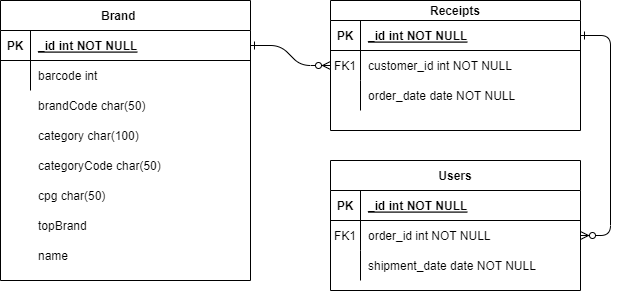
Before: Disha_Verma_Data_Analyst.drawio.png, a diagram exported from draw.io (Dishav2/fetch_data_analyst). Source tidied: cells renumbered, new cells last; positions are measured from the earlier drawing's top-left corner, leaving out a move shared by most shapes. Its diagram source:
```xml
<mxGraphModel>
  <root>
    <mxCell id="0" />
    <mxCell id="1" parent="0" />
    <mxCell id="2" style="edgeStyle=entityRelationEdgeStyle;endArrow=ERzeroToMany;startArrow=ERone;endFill=1;startFill=0;" parent="1" edge="1" source="25" target="8">
      <mxGeometry relative="1" as="geometry" />
    </mxCell>
    <mxCell id="3" style="edgeStyle=entityRelationEdgeStyle;endArrow=ERzeroToMany;startArrow=ERone;endFill=1;startFill=0;" parent="1" edge="1" source="5" target="18">
      <mxGeometry relative="1" as="geometry" />
    </mxCell>
    <mxCell id="4" value="Receipts" style="shape=table;startSize=20;rowLines=0;fontStyle=1;align=center;" parent="1" vertex="1">
      <mxGeometry x="330" width="250" height="130" as="geometry" />
    </mxCell>
    <mxCell id="5" style="shape=partialRectangle;fillColor=none;points=[[0,0.5],[1,0.5]];portConstraint=eastwest;top=0;left=0;right=0;bottom=1;" parent="4" vertex="1">
      <mxGeometry y="20" width="250" height="30" as="geometry" />
    </mxCell>
    <mxCell id="6" value="PK" style="shape=partialRectangle;overflow=hidden;fillColor=none;top=0;left=0;bottom=0;right=0;fontStyle=1;" parent="5" vertex="1">
      <mxGeometry width="30" height="30" as="geometry" />
    </mxCell>
    <mxCell id="7" value="_id int NOT NULL " style="shape=partialRectangle;overflow=hidden;fillColor=none;top=0;left=0;bottom=0;right=0;align=left;spacingLeft=6;fontStyle=5;" parent="5" vertex="1">
      <mxGeometry x="30" width="220" height="30" as="geometry" />
    </mxCell>
    <mxCell id="8" style="shape=partialRectangle;fillColor=none;points=[[0,0.5],[1,0.5]];portConstraint=eastwest;top=0;left=0;right=0;bottom=0;" parent="4" vertex="1">
      <mxGeometry y="50" width="250" height="30" as="geometry" />
    </mxCell>
    <mxCell id="9" value="FK1" style="shape=partialRectangle;overflow=hidden;fillColor=none;top=0;left=0;bottom=0;right=0;" parent="8" vertex="1">
      <mxGeometry width="30" height="30" as="geometry" />
    </mxCell>
    <mxCell id="10" value="customer_id int NOT NULL" style="shape=partialRectangle;overflow=hidden;fillColor=none;top=0;left=0;bottom=0;right=0;align=left;spacingLeft=6;" parent="8" vertex="1">
      <mxGeometry x="30" width="220" height="30" as="geometry" />
    </mxCell>
    <mxCell id="11" style="shape=partialRectangle;fillColor=none;top=0;left=0;right=0;bottom=0;" parent="4" vertex="1">
      <mxGeometry y="80" width="250" height="30" as="geometry" />
    </mxCell>
    <mxCell id="12" style="shape=partialRectangle;overflow=hidden;fillColor=none;top=0;left=0;bottom=0;right=0;" parent="11" vertex="1">
      <mxGeometry width="30" height="30" as="geometry" />
    </mxCell>
    <mxCell id="13" value="order_date date NOT NULL" style="shape=partialRectangle;overflow=hidden;fillColor=none;top=0;left=0;bottom=0;right=0;align=left;spacingLeft=6;" parent="11" vertex="1">
      <mxGeometry x="30" width="220" height="30" as="geometry" />
    </mxCell>
    <mxCell id="14" value="Users" style="shape=table;startSize=30;rowLines=0;fontStyle=1;align=center;" parent="1" vertex="1">
      <mxGeometry x="330" y="160" width="250" height="130" as="geometry" />
    </mxCell>
    <mxCell id="15" style="shape=partialRectangle;fillColor=none;top=0;left=0;right=0;bottom=1;" parent="14" vertex="1">
      <mxGeometry y="30" width="250" height="30" as="geometry" />
    </mxCell>
    <mxCell id="16" value="PK" style="shape=partialRectangle;overflow=hidden;fillColor=none;top=0;left=0;bottom=0;right=0;fontStyle=1;" parent="15" vertex="1">
      <mxGeometry width="30" height="30" as="geometry" />
    </mxCell>
    <mxCell id="17" value="_id int NOT NULL " style="shape=partialRectangle;overflow=hidden;fillColor=none;top=0;left=0;bottom=0;right=0;align=left;spacingLeft=6;fontStyle=5;" parent="15" vertex="1">
      <mxGeometry x="30" width="220" height="30" as="geometry" />
    </mxCell>
    <mxCell id="18" style="shape=partialRectangle;fillColor=none;points=[[0,0.5],[1,0.5]];portConstraint=eastwest;top=0;left=0;right=0;bottom=0;" parent="14" vertex="1">
      <mxGeometry y="60" width="250" height="30" as="geometry" />
    </mxCell>
    <mxCell id="19" value="FK1" style="shape=partialRectangle;overflow=hidden;fillColor=none;top=0;left=0;bottom=0;right=0;" parent="18" vertex="1">
      <mxGeometry width="30" height="30" as="geometry" />
    </mxCell>
    <mxCell id="20" value="order_id int NOT NULL" style="shape=partialRectangle;overflow=hidden;fillColor=none;top=0;left=0;bottom=0;right=0;align=left;spacingLeft=6;" parent="18" vertex="1">
      <mxGeometry x="30" width="220" height="30" as="geometry" />
    </mxCell>
    <mxCell id="21" style="shape=partialRectangle;fillColor=none;top=0;left=0;right=0;bottom=0;" parent="14" vertex="1">
      <mxGeometry y="90" width="250" height="30" as="geometry" />
    </mxCell>
    <mxCell id="22" style="shape=partialRectangle;overflow=hidden;fillColor=none;top=0;left=0;bottom=0;right=0;" parent="21" vertex="1">
      <mxGeometry width="30" height="30" as="geometry" />
    </mxCell>
    <mxCell id="23" value="shipment_date date NOT NULL" style="shape=partialRectangle;overflow=hidden;fillColor=none;top=0;left=0;bottom=0;right=0;align=left;spacingLeft=6;" parent="21" vertex="1">
      <mxGeometry x="30" width="220" height="30" as="geometry" />
    </mxCell>
    <mxCell id="24" value="Brand    " style="shape=table;startSize=30;rowLines=0;fontStyle=1;align=center;" parent="1" vertex="1">
      <mxGeometry width="250" height="280" as="geometry" />
    </mxCell>
    <mxCell id="25" style="shape=partialRectangle;fillColor=none;points=[[0,0.5],[1,0.5]];portConstraint=eastwest;top=0;left=0;right=0;bottom=1;" parent="24" vertex="1">
      <mxGeometry y="30" width="250" height="30" as="geometry" />
    </mxCell>
    <mxCell id="26" value="PK" style="shape=partialRectangle;overflow=hidden;fillColor=none;top=0;left=0;bottom=0;right=0;fontStyle=1;" parent="25" vertex="1">
      <mxGeometry width="30" height="30" as="geometry" />
    </mxCell>
    <mxCell id="27" value="_id int NOT NULL " style="shape=partialRectangle;overflow=hidden;fillColor=none;top=0;left=0;bottom=0;right=0;align=left;spacingLeft=6;fontStyle=5;" parent="25" vertex="1">
      <mxGeometry x="30" width="220" height="30" as="geometry" />
    </mxCell>
    <mxCell id="28" style="shape=partialRectangle;fillColor=none;top=0;left=0;right=0;bottom=0;" parent="24" vertex="1">
      <mxGeometry y="60" width="250" height="30" as="geometry" />
    </mxCell>
    <mxCell id="29" style="shape=partialRectangle;overflow=hidden;fillColor=none;top=0;left=0;bottom=0;right=0;" parent="28" vertex="1">
      <mxGeometry width="30" height="30" as="geometry" />
    </mxCell>
    <mxCell id="30" value="barcode int" style="shape=partialRectangle;overflow=hidden;fillColor=none;top=0;left=0;bottom=0;right=0;align=left;spacingLeft=6;" parent="28" vertex="1">
      <mxGeometry x="30" width="220" height="30" as="geometry" />
    </mxCell>
    <mxCell id="31" value="brandCode char(50)" style="shape=partialRectangle;overflow=hidden;fillColor=none;top=0;left=0;bottom=0;right=0;align=left;spacingLeft=6;" parent="1" vertex="1">
      <mxGeometry x="30" y="90" width="220" height="30" as="geometry" />
    </mxCell>
    <mxCell id="32" value="category char(100) " style="shape=partialRectangle;overflow=hidden;fillColor=none;top=0;left=0;bottom=0;right=0;align=left;spacingLeft=6;" parent="1" vertex="1">
      <mxGeometry x="30" y="120" width="220" height="30" as="geometry" />
    </mxCell>
    <mxCell id="33" value="cpg char(50)" style="shape=partialRectangle;overflow=hidden;fillColor=none;top=0;left=0;bottom=0;right=0;align=left;spacingLeft=6;" parent="1" vertex="1">
      <mxGeometry x="30" y="180" width="220" height="30" as="geometry" />
    </mxCell>
    <mxCell id="34" value="categoryCode char(50)" style="shape=partialRectangle;overflow=hidden;fillColor=none;top=0;left=0;bottom=0;right=0;align=left;spacingLeft=6;" parent="1" vertex="1">
      <mxGeometry x="30" y="150" width="220" height="30" as="geometry" />
    </mxCell>
    <mxCell id="35" value="topBrand " style="shape=partialRectangle;overflow=hidden;fillColor=none;top=0;left=0;bottom=0;right=0;align=left;spacingLeft=6;" parent="1" vertex="1">
      <mxGeometry x="30" y="210" width="220" height="30" as="geometry" />
    </mxCell>
    <mxCell id="36" value="name" style="shape=partialRectangle;overflow=hidden;fillColor=none;top=0;left=0;bottom=0;right=0;align=left;spacingLeft=6;" parent="1" vertex="1">
      <mxGeometry x="30" y="240" width="220" height="30" as="geometry" />
    </mxCell>
  </root>
</mxGraphModel>
```
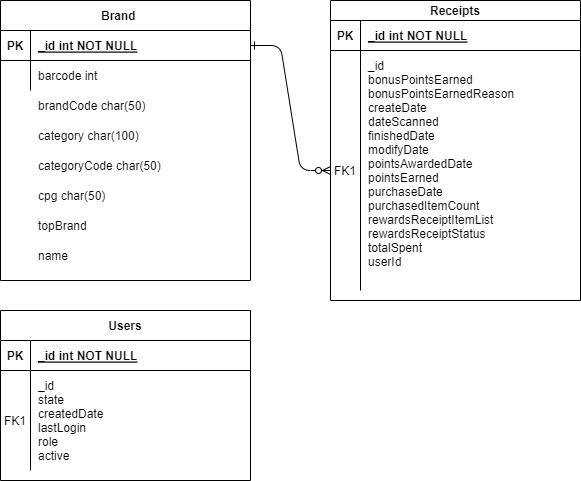
The same file after the commit.

Diff of the diagram source:
```diff
@@ -5,11 +5,8 @@
     <mxCell id="2" style="edgeStyle=entityRelationEdgeStyle;endArrow=ERzeroToMany;startArrow=ERone;endFill=1;startFill=0;" parent="1" edge="1" source="25" target="8">
       <mxGeometry relative="1" as="geometry" />
     </mxCell>
-    <mxCell id="3" style="edgeStyle=entityRelationEdgeStyle;endArrow=ERzeroToMany;startArrow=ERone;endFill=1;startFill=0;" parent="1" edge="1" source="5" target="18">
-      <mxGeometry relative="1" as="geometry" />
-    </mxCell>
     <mxCell id="4" value="Receipts" style="shape=table;startSize=20;rowLines=0;fontStyle=1;align=center;" parent="1" vertex="1">
-      <mxGeometry x="330" width="250" height="130" as="geometry" />
+      <mxGeometry x="330" width="250" height="300" as="geometry" />
     </mxCell>
     <mxCell id="5" style="shape=partialRectangle;fillColor=none;points=[[0,0.5],[1,0.5]];portConstraint=eastwest;top=0;left=0;right=0;bottom=1;" parent="4" vertex="1">
       <mxGeometry y="20" width="250" height="30" as="geometry" />
@@ -21,25 +18,16 @@
       <mxGeometry x="30" width="220" height="30" as="geometry" />
     </mxCell>
     <mxCell id="8" style="shape=partialRectangle;fillColor=none;points=[[0,0.5],[1,0.5]];portConstraint=eastwest;top=0;left=0;right=0;bottom=0;" parent="4" vertex="1">
-      <mxGeometry y="50" width="250" height="30" as="geometry" />
+      <mxGeometry y="50" width="250" height="240" as="geometry" />
     </mxCell>
     <mxCell id="9" value="FK1" style="shape=partialRectangle;overflow=hidden;fillColor=none;top=0;left=0;bottom=0;right=0;" parent="8" vertex="1">
-      <mxGeometry width="30" height="30" as="geometry" />
+      <mxGeometry width="30" height="240" as="geometry" />
     </mxCell>
-    <mxCell id="10" value="customer_id int NOT NULL" style="shape=partialRectangle;overflow=hidden;fillColor=none;top=0;left=0;bottom=0;right=0;align=left;spacingLeft=6;" parent="8" vertex="1">
-      <mxGeometry x="30" width="220" height="30" as="geometry" />
+    <mxCell id="10" value="_id&#10;  bonusPointsEarned&#10;  bonusPointsEarnedReason&#10;  createDate&#10;  dateScanned&#10;  finishedDate&#10;  modifyDate&#10;  pointsAwardedDate&#10;  pointsEarned&#10;  purchaseDate&#10;  purchasedItemCount&#10;  rewardsReceiptItemList&#10;  rewardsReceiptStatus&#10;  totalSpent&#10;  userId&#10; " style="shape=partialRectangle;overflow=hidden;fillColor=none;top=0;left=0;bottom=0;right=0;align=left;spacingLeft=6;" parent="8" vertex="1">
+      <mxGeometry x="30" width="220" height="240" as="geometry" />
     </mxCell>
-    <mxCell id="11" style="shape=partialRectangle;fillColor=none;top=0;left=0;right=0;bottom=0;" parent="4" vertex="1">
-      <mxGeometry y="80" width="250" height="30" as="geometry" />
-    </mxCell>
-    <mxCell id="12" style="shape=partialRectangle;overflow=hidden;fillColor=none;top=0;left=0;bottom=0;right=0;" parent="11" vertex="1">
-      <mxGeometry width="30" height="30" as="geometry" />
-    </mxCell>
-    <mxCell id="13" value="order_date date NOT NULL" style="shape=partialRectangle;overflow=hidden;fillColor=none;top=0;left=0;bottom=0;right=0;align=left;spacingLeft=6;" parent="11" vertex="1">
-      <mxGeometry x="30" width="220" height="30" as="geometry" />
-    </mxCell>
     <mxCell id="14" value="Users" style="shape=table;startSize=30;rowLines=0;fontStyle=1;align=center;" parent="1" vertex="1">
-      <mxGeometry x="330" y="160" width="250" height="130" as="geometry" />
+      <mxGeometry y="310" width="250" height="170" as="geometry" />
     </mxCell>
     <mxCell id="15" style="shape=partialRectangle;fillColor=none;top=0;left=0;right=0;bottom=1;" parent="14" vertex="1">
       <mxGeometry y="30" width="250" height="30" as="geometry" />
@@ -51,23 +39,14 @@
       <mxGeometry x="30" width="220" height="30" as="geometry" />
     </mxCell>
     <mxCell id="18" style="shape=partialRectangle;fillColor=none;points=[[0,0.5],[1,0.5]];portConstraint=eastwest;top=0;left=0;right=0;bottom=0;" parent="14" vertex="1">
-      <mxGeometry y="60" width="250" height="30" as="geometry" />
+      <mxGeometry y="60" width="250" height="100" as="geometry" />
     </mxCell>
     <mxCell id="19" value="FK1" style="shape=partialRectangle;overflow=hidden;fillColor=none;top=0;left=0;bottom=0;right=0;" parent="18" vertex="1">
-      <mxGeometry width="30" height="30" as="geometry" />
+      <mxGeometry width="30" height="100" as="geometry" />
     </mxCell>
-    <mxCell id="20" value="order_id int NOT NULL" style="shape=partialRectangle;overflow=hidden;fillColor=none;top=0;left=0;bottom=0;right=0;align=left;spacingLeft=6;" parent="18" vertex="1">
-      <mxGeometry x="30" width="220" height="30" as="geometry" />
+    <mxCell id="20" value="_id&#10;state&#10;createdDate&#10;lastLogin&#10;role&#10;active" style="shape=partialRectangle;overflow=hidden;fillColor=none;top=0;left=0;bottom=0;right=0;align=left;spacingLeft=6;" parent="18" vertex="1">
+      <mxGeometry x="30" width="220" height="100" as="geometry" />
     </mxCell>
-    <mxCell id="21" style="shape=partialRectangle;fillColor=none;top=0;left=0;right=0;bottom=0;" parent="14" vertex="1">
-      <mxGeometry y="90" width="250" height="30" as="geometry" />
-    </mxCell>
-    <mxCell id="22" style="shape=partialRectangle;overflow=hidden;fillColor=none;top=0;left=0;bottom=0;right=0;" parent="21" vertex="1">
-      <mxGeometry width="30" height="30" as="geometry" />
-    </mxCell>
-    <mxCell id="23" value="shipment_date date NOT NULL" style="shape=partialRectangle;overflow=hidden;fillColor=none;top=0;left=0;bottom=0;right=0;align=left;spacingLeft=6;" parent="21" vertex="1">
-      <mxGeometry x="30" width="220" height="30" as="geometry" />
-    </mxCell>
     <mxCell id="24" value="Brand    " style="shape=table;startSize=30;rowLines=0;fontStyle=1;align=center;" parent="1" vertex="1">
       <mxGeometry width="250" height="280" as="geometry" />
     </mxCell>
```
